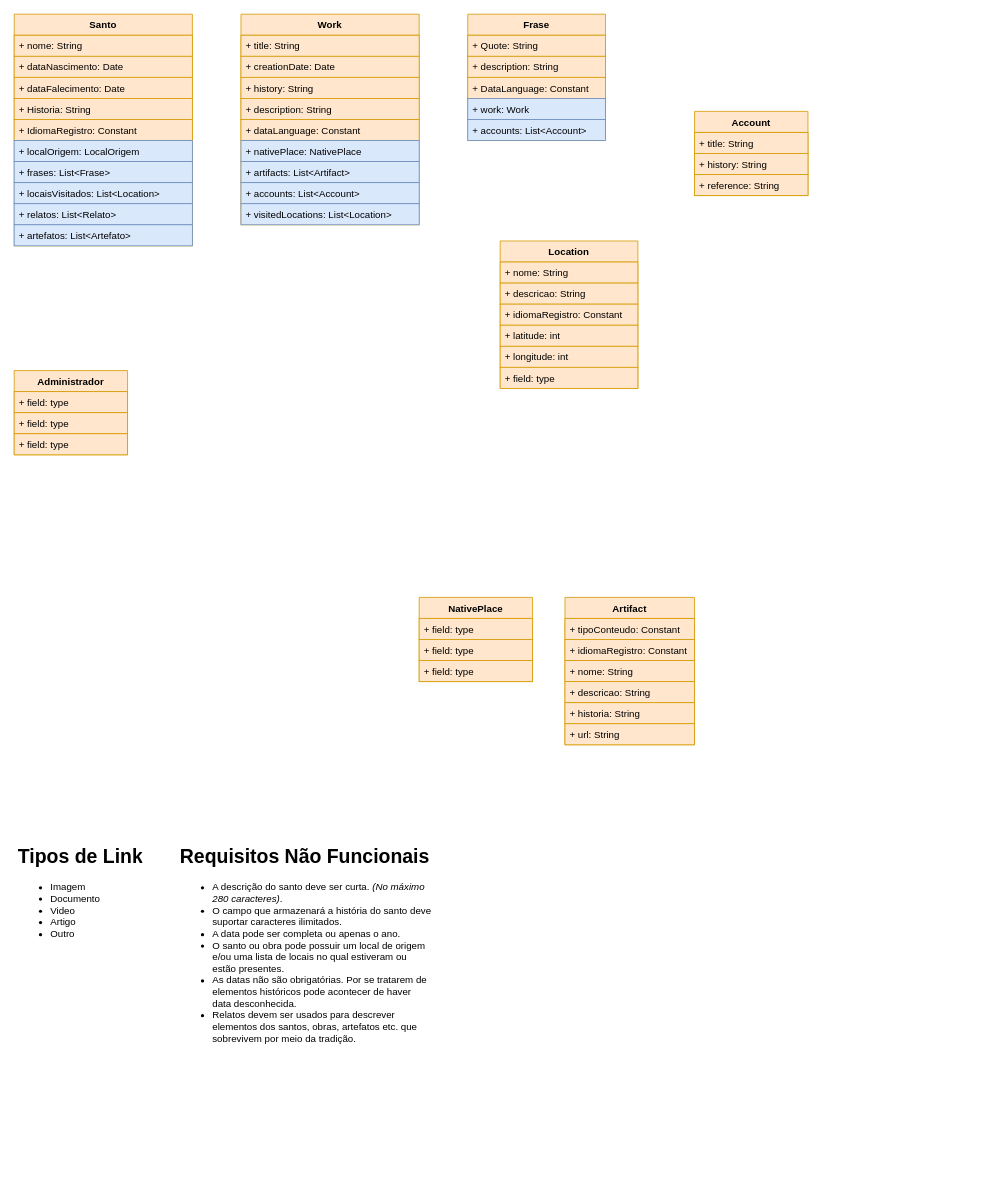
the-catholics/Saints-API keeps this draw.io diagram as page "ClassDiagram" (2 of 2) of Documentation/Untitled Diagram.drawio. Above is the earlier version. Source tidied: cells renumbered, new cells numbered last; positions are measured from the earlier drawing's top-left corner, leaving out a move shared by most shapes. Both pictures are drawn from the tidied source at 81%, with x=0, y=0 at pixel (14, 14).
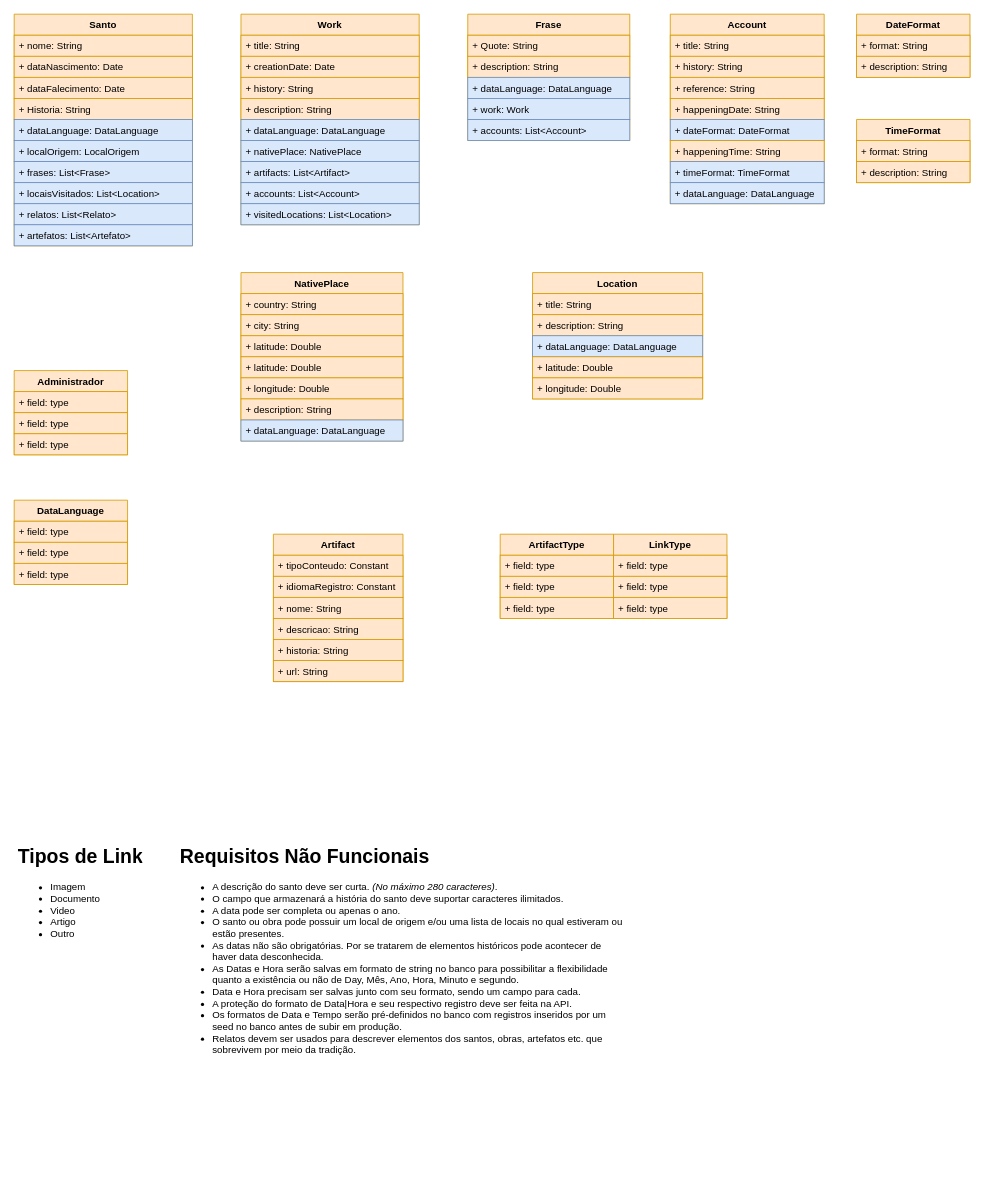
The same diagram, later.

Unchanged cells that the change refers to:
```xml
<mxCell id="2" value="Work" style="swimlane;fontStyle=1;horizontal=1;startSize=26;fillColor=#ffe6cc;strokeColor=#d79b00;" parent="1" vertex="1">
  <mxGeometry x="280" width="220" height="260" as="geometry" />
</mxCell>
<mxCell id="12" value="Santo" style="swimlane;fontStyle=1;horizontal=1;startSize=26;fillColor=#ffe6cc;strokeColor=#d79b00;" parent="1" vertex="1">
  <mxGeometry width="220" height="286" as="geometry" />
</mxCell>
```

What changed in the source:
```diff
@@
-    <mxCell id="7" value="+ dataLanguage: Constant" style="text;strokeColor=#d79b00;fillColor=#ffe6cc;align=left;verticalAlign=top;spacingLeft=4;spacingRight=4;overflow=hidden;" parent="2" vertex="1">
-      <mxGeometry y="130" width="220" height="26" as="geometry" />
-    </mxCell>
+    <mxCell id="57" value="+ dataLanguage: DataLanguage" style="text;strokeColor=#6c8ebf;fillColor=#dae8fc;align=left;verticalAlign=top;spacingLeft=4;spacingRight=4;overflow=hidden;" parent="2" vertex="1">
+      <mxGeometry y="130" width="220" height="26" as="geometry" />
+    </mxCell>
@@
-    <mxCell id="17" value="+ IdiomaRegistro: Constant" style="text;strokeColor=#d79b00;fillColor=#ffe6cc;align=left;verticalAlign=top;spacingLeft=4;spacingRight=4;overflow=hidden;" parent="12" vertex="1">
-      <mxGeometry y="130" width="220" height="26" as="geometry" />
-    </mxCell>
+    <mxCell id="58" value="+ dataLanguage: DataLanguage" style="text;strokeColor=#6c8ebf;fillColor=#dae8fc;align=left;verticalAlign=top;spacingLeft=4;spacingRight=4;overflow=hidden;" parent="12" vertex="1">
+      <mxGeometry y="130" width="220" height="26" as="geometry" />
+    </mxCell>
@@
     <mxCell id="23" value="Frase" style="swimlane;fontStyle=1;horizontal=1;startSize=26;fillColor=#ffe6cc;strokeColor=#d79b00;" parent="1" vertex="1">
-      <mxGeometry x="560" width="170" height="156" as="geometry" />
+      <mxGeometry x="560" width="200" height="156" as="geometry" />
     </mxCell>
     <mxCell id="24" value="+ Quote: String" style="text;strokeColor=#d79b00;fillColor=#ffe6cc;align=left;verticalAlign=top;spacingLeft=4;spacingRight=4;overflow=hidden;" parent="23" vertex="1">
-      <mxGeometry y="26" width="170" height="26" as="geometry" />
+      <mxGeometry y="26" width="200" height="26" as="geometry" />
     </mxCell>
     <mxCell id="25" value="+ description: String" style="text;strokeColor=#d79b00;fillColor=#ffe6cc;align=left;verticalAlign=top;spacingLeft=4;spacingRight=4;overflow=hidden;" parent="23" vertex="1">
-      <mxGeometry y="52" width="170" height="26" as="geometry" />
+      <mxGeometry y="52" width="200" height="26" as="geometry" />
     </mxCell>
-    <mxCell id="26" value="+ DataLanguage: Constant" style="text;strokeColor=#d79b00;fillColor=#ffe6cc;align=left;verticalAlign=top;spacingLeft=4;spacingRight=4;overflow=hidden;" parent="23" vertex="1">
-      <mxGeometry y="78" width="170" height="26" as="geometry" />
-    </mxCell>
+    <mxCell id="59" value="+ dataLanguage: DataLanguage" style="text;strokeColor=#6c8ebf;fillColor=#dae8fc;align=left;verticalAlign=top;spacingLeft=4;spacingRight=4;overflow=hidden;" parent="23" vertex="1">
+      <mxGeometry y="78" width="200" height="26" as="geometry" />
+    </mxCell>
     <mxCell id="27" value="+ work: Work" style="text;strokeColor=#6c8ebf;fillColor=#dae8fc;align=left;verticalAlign=top;spacingLeft=4;spacingRight=4;overflow=hidden;" parent="23" vertex="1">
-      <mxGeometry y="104" width="170" height="26" as="geometry" />
+      <mxGeometry y="104" width="200" height="26" as="geometry" />
     </mxCell>
     <mxCell id="28" value="+ accounts: List&lt;Account&gt;" style="text;strokeColor=#6c8ebf;fillColor=#dae8fc;align=left;verticalAlign=top;spacingLeft=4;spacingRight=4;overflow=hidden;" parent="23" vertex="1">
-      <mxGeometry y="130" width="170" height="26" as="geometry" />
+      <mxGeometry y="130" width="200" height="26" as="geometry" />
     </mxCell>
-    <mxCell id="29" value="&lt;h1&gt;Requisitos Não Funcionais&lt;/h1&gt;&lt;p&gt;&lt;/p&gt;&lt;ul&gt;&lt;li&gt;A descrição do santo deve ser curta. &lt;i&gt;(No máximo 280 caracteres)&lt;/i&gt;.&lt;/li&gt;&lt;li&gt;O campo que armazenará a história do santo deve suportar caracteres ilimitados.&lt;/li&gt;&lt;li&gt;A data pode ser completa ou apenas o ano.&lt;/li&gt;&lt;li&gt;O santo ou obra pode possuir um local de origem e/ou uma lista de locais no qual estiveram ou estão presentes.&lt;/li&gt;&lt;li&gt;As datas não são obrigatórias. Por se tratarem de elementos históricos pode acontecer de haver data desconhecida.&lt;/li&gt;&lt;li&gt;Relatos devem ser usados para descrever elementos dos santos, obras, artefatos etc. que sobrevivem por meio da tradição.&lt;/li&gt;&lt;/ul&gt;&lt;p&gt;&lt;/p&gt;" style="text;html=1;strokeColor=none;fillColor=none;spacing=5;spacingTop=-20;whiteSpace=wrap;overflow=hidden;rounded=0;" parent="1" vertex="1">
-      <mxGeometry x="200" y="1020" width="320" height="260" as="geometry" />
+    <mxCell id="29" value="&lt;h1&gt;Requisitos Não Funcionais&lt;/h1&gt;&lt;p&gt;&lt;/p&gt;&lt;ul&gt;&lt;li&gt;A descrição do santo deve ser curta. &lt;i&gt;(No máximo 280 caracteres)&lt;/i&gt;.&lt;/li&gt;&lt;li&gt;O campo que armazenará a história do santo deve suportar caracteres ilimitados.&lt;/li&gt;&lt;li&gt;A data pode ser completa ou apenas o ano.&lt;/li&gt;&lt;li&gt;O santo ou obra pode possuir um local de origem e/ou uma lista de locais no qual estiveram ou estão presentes.&lt;/li&gt;&lt;li&gt;As datas não são obrigatórias. Por se tratarem de elementos históricos pode acontecer de haver data desconhecida.&lt;/li&gt;&lt;li&gt;As Datas e Hora serão salvas em formato de string no banco para possibilitar a flexibilidade quanto a existência ou não de Day, Mês, Ano, Hora, Minuto e segundo.&lt;/li&gt;&lt;li&gt;Data e Hora precisam ser salvas junto com seu formato, sendo um campo para cada.&lt;/li&gt;&lt;li&gt;A proteção do formato de Data|Hora e seu respectivo registro deve ser feita na API.&lt;/li&gt;&lt;li&gt;Os formatos de Data e Tempo serão pré-definidos no banco com registros inseridos por um seed no banco antes de subir em produção.&lt;/li&gt;&lt;li&gt;Relatos devem ser usados para descrever elementos dos santos, obras, artefatos etc. que sobrevivem por meio da tradição.&lt;/li&gt;&lt;/ul&gt;&lt;p&gt;&lt;/p&gt;" style="text;html=1;strokeColor=none;fillColor=none;spacing=5;spacingTop=-20;whiteSpace=wrap;overflow=hidden;rounded=0;" parent="1" vertex="1">
+      <mxGeometry x="200" y="1020" width="560" height="420" as="geometry" />
     </mxCell>
@@
     <mxCell id="34" value="Account" style="swimlane;fontStyle=1;horizontal=1;startSize=26;fillColor=#ffe6cc;strokeColor=#d79b00;" parent="1" vertex="1">
-      <mxGeometry x="840" y="120" width="140" height="104" as="geometry" />
+      <mxGeometry x="810" width="190" height="234" as="geometry" />
     </mxCell>
     <mxCell id="35" value="+ title: String" style="text;strokeColor=#d79b00;fillColor=#ffe6cc;align=left;verticalAlign=top;spacingLeft=4;spacingRight=4;overflow=hidden;" parent="34" vertex="1">
-      <mxGeometry y="26" width="140" height="26" as="geometry" />
+      <mxGeometry y="26" width="190" height="26" as="geometry" />
     </mxCell>
     <mxCell id="36" value="+ history: String" style="text;strokeColor=#d79b00;fillColor=#ffe6cc;align=left;verticalAlign=top;spacingLeft=4;spacingRight=4;overflow=hidden;" parent="34" vertex="1">
-      <mxGeometry y="52" width="140" height="26" as="geometry" />
+      <mxGeometry y="52" width="190" height="26" as="geometry" />
     </mxCell>
     <mxCell id="37" value="+ reference: String" style="text;strokeColor=#d79b00;fillColor=#ffe6cc;align=left;verticalAlign=top;spacingLeft=4;spacingRight=4;overflow=hidden;" parent="34" vertex="1">
-      <mxGeometry y="78" width="140" height="26" as="geometry" />
+      <mxGeometry y="78" width="190" height="26" as="geometry" />
     </mxCell>
+    <mxCell id="60" value="+ happeningDate: String" style="text;strokeColor=#d79b00;fillColor=#ffe6cc;align=left;verticalAlign=top;spacingLeft=4;spacingRight=4;overflow=hidden;" parent="34" vertex="1">
+      <mxGeometry y="104" width="190" height="26" as="geometry" />
+    </mxCell>
+    <mxCell id="61" value="+ dateFormat: DateFormat" style="text;strokeColor=#6c8ebf;fillColor=#dae8fc;align=left;verticalAlign=top;spacingLeft=4;spacingRight=4;overflow=hidden;" parent="34" vertex="1">
+      <mxGeometry y="130" width="190" height="26" as="geometry" />
+    </mxCell>
+    <mxCell id="62" value="+ happeningTime: String" style="text;strokeColor=#d79b00;fillColor=#ffe6cc;align=left;verticalAlign=top;spacingLeft=4;spacingRight=4;overflow=hidden;" parent="34" vertex="1">
+      <mxGeometry y="156" width="190" height="26" as="geometry" />
+    </mxCell>
+    <mxCell id="63" value="+ timeFormat: TimeFormat" style="text;strokeColor=#6c8ebf;fillColor=#dae8fc;align=left;verticalAlign=top;spacingLeft=4;spacingRight=4;overflow=hidden;" parent="34" vertex="1">
+      <mxGeometry y="182" width="190" height="26" as="geometry" />
+    </mxCell>
+    <mxCell id="64" value="+ dataLanguage: DataLanguage" style="text;strokeColor=#6c8ebf;fillColor=#dae8fc;align=left;verticalAlign=top;spacingLeft=4;spacingRight=4;overflow=hidden;" parent="34" vertex="1">
+      <mxGeometry y="208" width="190" height="26" as="geometry" />
+    </mxCell>
     <mxCell id="38" value="Location" style="swimlane;fontStyle=1;horizontal=1;startSize=26;fillColor=#ffe6cc;strokeColor=#d79b00;" parent="1" vertex="1">
-      <mxGeometry x="600" y="280" width="170" height="182" as="geometry" />
+      <mxGeometry x="640" y="319" width="210" height="156" as="geometry" />
     </mxCell>
-    <mxCell id="39" value="+ nome: String" style="text;strokeColor=#d79b00;fillColor=#ffe6cc;align=left;verticalAlign=top;spacingLeft=4;spacingRight=4;overflow=hidden;" parent="38" vertex="1">
-      <mxGeometry y="26" width="170" height="26" as="geometry" />
+    <mxCell id="39" value="+ title: String" style="text;strokeColor=#d79b00;fillColor=#ffe6cc;align=left;verticalAlign=top;spacingLeft=4;spacingRight=4;overflow=hidden;" parent="38" vertex="1">
+      <mxGeometry y="26" width="210" height="26" as="geometry" />
     </mxCell>
-    <mxCell id="40" value="+ descricao: String" style="text;strokeColor=#d79b00;fillColor=#ffe6cc;align=left;verticalAlign=top;spacingLeft=4;spacingRight=4;overflow=hidden;" parent="38" vertex="1">
-      <mxGeometry y="52" width="170" height="26" as="geometry" />
+    <mxCell id="40" value="+ description: String" style="text;strokeColor=#d79b00;fillColor=#ffe6cc;align=left;verticalAlign=top;spacingLeft=4;spacingRight=4;overflow=hidden;" parent="38" vertex="1">
+      <mxGeometry y="52" width="210" height="26" as="geometry" />
     </mxCell>
-    <mxCell id="41" value="+ idiomaRegistro: Constant" style="text;strokeColor=#d79b00;fillColor=#ffe6cc;align=left;verticalAlign=top;spacingLeft=4;spacingRight=4;overflow=hidden;" parent="38" vertex="1">
-      <mxGeometry y="78" width="170" height="26" as="geometry" />
-    </mxCell>
+    <mxCell id="65" value="+ dataLanguage: DataLanguage" style="text;strokeColor=#6c8ebf;fillColor=#dae8fc;align=left;verticalAlign=top;spacingLeft=4;spacingRight=4;overflow=hidden;" parent="38" vertex="1">
+      <mxGeometry y="78" width="210" height="26" as="geometry" />
+    </mxCell>
-    <mxCell id="42" value="+ latitude: int" style="text;strokeColor=#d79b00;fillColor=#ffe6cc;align=left;verticalAlign=top;spacingLeft=4;spacingRight=4;overflow=hidden;" parent="38" vertex="1">
-      <mxGeometry y="104" width="170" height="26" as="geometry" />
+    <mxCell id="42" value="+ latitude: Double" style="text;strokeColor=#d79b00;fillColor=#ffe6cc;align=left;verticalAlign=top;spacingLeft=4;spacingRight=4;overflow=hidden;" parent="38" vertex="1">
+      <mxGeometry y="104" width="210" height="26" as="geometry" />
     </mxCell>
-    <mxCell id="43" value="+ longitude: int" style="text;strokeColor=#d79b00;fillColor=#ffe6cc;align=left;verticalAlign=top;spacingLeft=4;spacingRight=4;overflow=hidden;" parent="38" vertex="1">
-      <mxGeometry y="130" width="170" height="26" as="geometry" />
+    <mxCell id="43" value="+ longitude: Double" style="text;strokeColor=#d79b00;fillColor=#ffe6cc;align=left;verticalAlign=top;spacingLeft=4;spacingRight=4;overflow=hidden;" parent="38" vertex="1">
+      <mxGeometry y="130" width="210" height="26" as="geometry" />
     </mxCell>
-    <mxCell id="44" value="+ field: type" style="text;strokeColor=#d79b00;fillColor=#ffe6cc;align=left;verticalAlign=top;spacingLeft=4;spacingRight=4;overflow=hidden;" parent="38" vertex="1">
-      <mxGeometry y="156" width="170" height="26" as="geometry" />
-    </mxCell>
     <mxCell id="45" value="NativePlace" style="swimlane;fontStyle=1;horizontal=1;startSize=26;fillColor=#ffe6cc;strokeColor=#d79b00;" parent="1" vertex="1">
-      <mxGeometry x="500" y="720" width="140" height="104" as="geometry" />
+      <mxGeometry x="280" y="319" width="200" height="208" as="geometry" />
     </mxCell>
-    <mxCell id="46" value="+ field: type" style="text;strokeColor=#d79b00;fillColor=#ffe6cc;align=left;verticalAlign=top;spacingLeft=4;spacingRight=4;overflow=hidden;" parent="45" vertex="1">
-      <mxGeometry y="26" width="140" height="26" as="geometry" />
+    <mxCell id="46" value="+ country: String" style="text;strokeColor=#d79b00;fillColor=#ffe6cc;align=left;verticalAlign=top;spacingLeft=4;spacingRight=4;overflow=hidden;" parent="45" vertex="1">
+      <mxGeometry y="26" width="200" height="26" as="geometry" />
     </mxCell>
-    <mxCell id="47" value="+ field: type" style="text;strokeColor=#d79b00;fillColor=#ffe6cc;align=left;verticalAlign=top;spacingLeft=4;spacingRight=4;overflow=hidden;" parent="45" vertex="1">
-      <mxGeometry y="52" width="140" height="26" as="geometry" />
+    <mxCell id="47" value="+ city: String" style="text;strokeColor=#d79b00;fillColor=#ffe6cc;align=left;verticalAlign=top;spacingLeft=4;spacingRight=4;overflow=hidden;" parent="45" vertex="1">
+      <mxGeometry y="52" width="200" height="26" as="geometry" />
     </mxCell>
+    <mxCell id="66" value="+ latitude: Double" style="text;strokeColor=#d79b00;fillColor=#ffe6cc;align=left;verticalAlign=top;spacingLeft=4;spacingRight=4;overflow=hidden;" parent="45" vertex="1">
+      <mxGeometry y="78" width="200" height="26" as="geometry" />
+    </mxCell>
+    <mxCell id="67" value="+ latitude: Double" style="text;strokeColor=#d79b00;fillColor=#ffe6cc;align=left;verticalAlign=top;spacingLeft=4;spacingRight=4;overflow=hidden;" parent="45" vertex="1">
+      <mxGeometry y="104" width="200" height="26" as="geometry" />
+    </mxCell>
+    <mxCell id="68" value="+ longitude: Double" style="text;strokeColor=#d79b00;fillColor=#ffe6cc;align=left;verticalAlign=top;spacingLeft=4;spacingRight=4;overflow=hidden;" parent="45" vertex="1">
+      <mxGeometry y="130" width="200" height="26" as="geometry" />
+    </mxCell>
-    <mxCell id="48" value="+ field: type" style="text;strokeColor=#d79b00;fillColor=#ffe6cc;align=left;verticalAlign=top;spacingLeft=4;spacingRight=4;overflow=hidden;" parent="45" vertex="1">
-      <mxGeometry y="78" width="140" height="26" as="geometry" />
+    <mxCell id="48" value="+ description: String" style="text;strokeColor=#d79b00;fillColor=#ffe6cc;align=left;verticalAlign=top;spacingLeft=4;spacingRight=4;overflow=hidden;" parent="45" vertex="1">
+      <mxGeometry y="156" width="200" height="26" as="geometry" />
     </mxCell>
+    <mxCell id="69" value="+ dataLanguage: DataLanguage" style="text;strokeColor=#6c8ebf;fillColor=#dae8fc;align=left;verticalAlign=top;spacingLeft=4;spacingRight=4;overflow=hidden;" parent="45" vertex="1">
+      <mxGeometry y="182" width="200" height="26" as="geometry" />
+    </mxCell>
     <mxCell id="49" value="Artifact" style="swimlane;fontStyle=1;horizontal=1;startSize=26;fillColor=#ffe6cc;strokeColor=#d79b00;" parent="1" vertex="1">
-      <mxGeometry x="680" y="720" width="160" height="182" as="geometry" />
+      <mxGeometry x="320" y="642" width="160" height="182" as="geometry" />
     </mxCell>
@@
+    <mxCell id="70" value="DateFormat" style="swimlane;fontStyle=1;horizontal=1;startSize=26;fillColor=#ffe6cc;strokeColor=#d79b00;" parent="1" vertex="1">
+      <mxGeometry x="1040" width="140" height="78" as="geometry" />
+    </mxCell>
+    <mxCell id="71" value="+ format: String" style="text;strokeColor=#d79b00;fillColor=#ffe6cc;align=left;verticalAlign=top;spacingLeft=4;spacingRight=4;overflow=hidden;" parent="70" vertex="1">
+      <mxGeometry y="26" width="140" height="26" as="geometry" />
+    </mxCell>
+    <mxCell id="72" value="+ description: String" style="text;strokeColor=#d79b00;fillColor=#ffe6cc;align=left;verticalAlign=top;spacingLeft=4;spacingRight=4;overflow=hidden;" parent="70" vertex="1">
+      <mxGeometry y="52" width="140" height="26" as="geometry" />
+    </mxCell>
+    <mxCell id="73" value="TimeFormat" style="swimlane;fontStyle=1;horizontal=1;startSize=26;fillColor=#ffe6cc;strokeColor=#d79b00;" parent="1" vertex="1">
+      <mxGeometry x="1040" y="130" width="140" height="78" as="geometry" />
+    </mxCell>
+    <mxCell id="74" value="+ format: String" style="text;strokeColor=#d79b00;fillColor=#ffe6cc;align=left;verticalAlign=top;spacingLeft=4;spacingRight=4;overflow=hidden;" parent="73" vertex="1">
+      <mxGeometry y="26" width="140" height="26" as="geometry" />
+    </mxCell>
+    <mxCell id="75" value="+ description: String" style="text;strokeColor=#d79b00;fillColor=#ffe6cc;align=left;verticalAlign=top;spacingLeft=4;spacingRight=4;overflow=hidden;" parent="73" vertex="1">
+      <mxGeometry y="52" width="140" height="26" as="geometry" />
+    </mxCell>
+    <mxCell id="76" value="DataLanguage" style="swimlane;fontStyle=1;horizontal=1;startSize=26;fillColor=#ffe6cc;strokeColor=#d79b00;" parent="1" vertex="1">
+      <mxGeometry y="600" width="140" height="104" as="geometry" />
+    </mxCell>
+    <mxCell id="77" value="+ field: type" style="text;strokeColor=#d79b00;fillColor=#ffe6cc;align=left;verticalAlign=top;spacingLeft=4;spacingRight=4;overflow=hidden;" parent="76" vertex="1">
+      <mxGeometry y="26" width="140" height="26" as="geometry" />
+    </mxCell>
+    <mxCell id="78" value="+ field: type" style="text;strokeColor=#d79b00;fillColor=#ffe6cc;align=left;verticalAlign=top;spacingLeft=4;spacingRight=4;overflow=hidden;" parent="76" vertex="1">
+      <mxGeometry y="52" width="140" height="26" as="geometry" />
+    </mxCell>
+    <mxCell id="79" value="+ field: type" style="text;strokeColor=#d79b00;fillColor=#ffe6cc;align=left;verticalAlign=top;spacingLeft=4;spacingRight=4;overflow=hidden;" parent="76" vertex="1">
+      <mxGeometry y="78" width="140" height="26" as="geometry" />
+    </mxCell>
+    <mxCell id="80" value="ArtifactType" style="swimlane;fontStyle=1;horizontal=1;startSize=26;fillColor=#ffe6cc;strokeColor=#d79b00;" parent="1" vertex="1">
+      <mxGeometry x="600" y="642" width="140" height="104" as="geometry" />
+    </mxCell>
+    <mxCell id="81" value="+ field: type" style="text;strokeColor=#d79b00;fillColor=#ffe6cc;align=left;verticalAlign=top;spacingLeft=4;spacingRight=4;overflow=hidden;" parent="80" vertex="1">
+      <mxGeometry y="26" width="140" height="26" as="geometry" />
+    </mxCell>
+    <mxCell id="82" value="+ field: type" style="text;strokeColor=#d79b00;fillColor=#ffe6cc;align=left;verticalAlign=top;spacingLeft=4;spacingRight=4;overflow=hidden;" parent="80" vertex="1">
+      <mxGeometry y="52" width="140" height="26" as="geometry" />
+    </mxCell>
+    <mxCell id="83" value="+ field: type" style="text;strokeColor=#d79b00;fillColor=#ffe6cc;align=left;verticalAlign=top;spacingLeft=4;spacingRight=4;overflow=hidden;" parent="80" vertex="1">
+      <mxGeometry y="78" width="140" height="26" as="geometry" />
+    </mxCell>
+    <mxCell id="84" value="LinkType" style="swimlane;fontStyle=1;horizontal=1;startSize=26;fillColor=#ffe6cc;strokeColor=#d79b00;" parent="1" vertex="1">
+      <mxGeometry x="740" y="642" width="140" height="104" as="geometry" />
+    </mxCell>
+    <mxCell id="85" value="+ field: type" style="text;strokeColor=#d79b00;fillColor=#ffe6cc;align=left;verticalAlign=top;spacingLeft=4;spacingRight=4;overflow=hidden;" parent="84" vertex="1">
+      <mxGeometry y="26" width="140" height="26" as="geometry" />
+    </mxCell>
+    <mxCell id="86" value="+ field: type" style="text;strokeColor=#d79b00;fillColor=#ffe6cc;align=left;verticalAlign=top;spacingLeft=4;spacingRight=4;overflow=hidden;" parent="84" vertex="1">
+      <mxGeometry y="52" width="140" height="26" as="geometry" />
+    </mxCell>
+    <mxCell id="87" value="+ field: type" style="text;strokeColor=#d79b00;fillColor=#ffe6cc;align=left;verticalAlign=top;spacingLeft=4;spacingRight=4;overflow=hidden;" parent="84" vertex="1">
+      <mxGeometry y="78" width="140" height="26" as="geometry" />
+    </mxCell>
```
